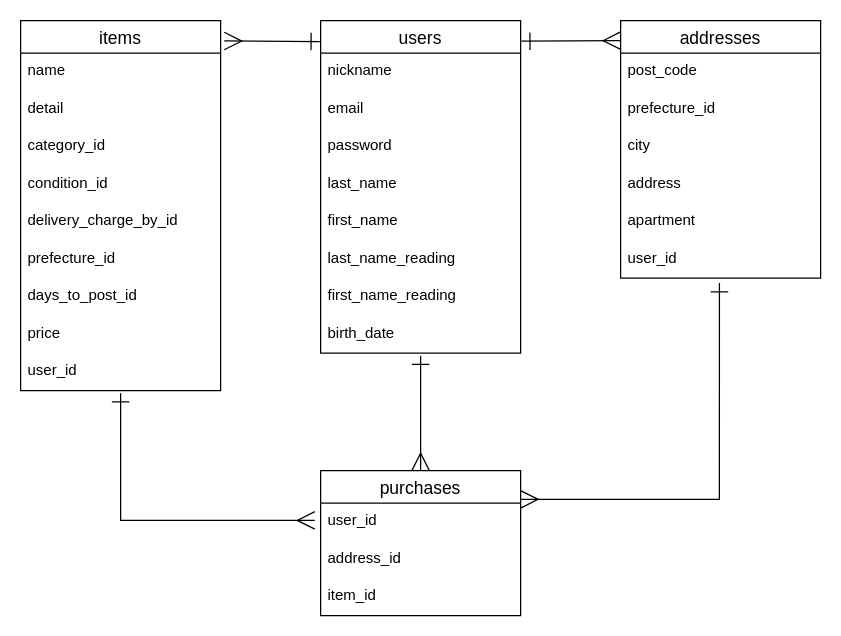
The draw.io diagram er.dio in 38752/furima-38752, before the edit. Source tidied: cells renumbered, new cells numbered last; positions are measured from the earlier drawing's top-left corner, leaving out a move shared by most shapes. Both pictures are drawn from the tidied source at 125%, with x=0, y=0 at pixel (20, 20).
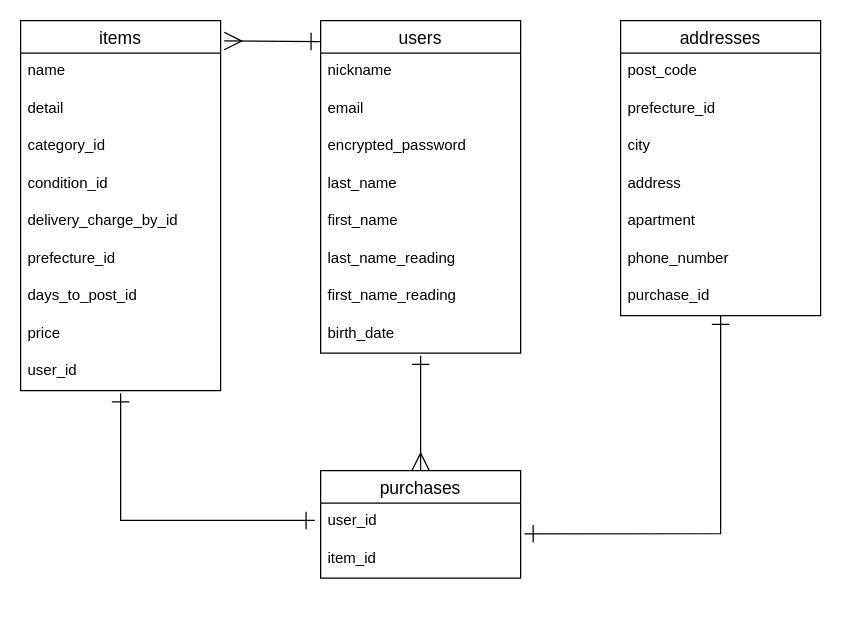
The same page after the edit.

The change refers to these unchanged cells:
```xml
<mxCell id="5" value="users" style="swimlane;fontStyle=0;horizontal=1;startSize=26;align=center;fontSize=14;" parent="1" vertex="1">
  <mxGeometry x="240" width="160" height="266" as="geometry" />
</mxCell>
<mxCell id="15" value="items" style="swimlane;fontStyle=0;horizontal=1;startSize=26;align=center;fontSize=14;" parent="1" vertex="1">
  <mxGeometry width="160" height="296" as="geometry" />
</mxCell>
<mxCell id="34" value="user_id" style="text;strokeColor=none;fillColor=none;spacingLeft=4;spacingRight=4;overflow=hidden;points=[[0,0.5],[1,0.5]];portConstraint=eastwest;fontSize=12;" parent="33" vertex="1">
  <mxGeometry y="26" width="160" height="30" as="geometry" />
</mxCell>
```

Diff of the diagram source:
```diff
@@
-    <mxCell id="8" value="password" style="text;strokeColor=none;fillColor=none;spacingLeft=4;spacingRight=4;overflow=hidden;fontSize=12;" parent="5" vertex="1">
+    <mxCell id="8" value="encrypted_password" style="text;strokeColor=none;fillColor=none;spacingLeft=4;spacingRight=4;overflow=hidden;fontSize=12;" parent="5" vertex="1">
       <mxGeometry y="86" width="160" height="30" as="geometry" />
     </mxCell>
@@
-    <mxCell id="14" style="edgeStyle=orthogonalEdgeStyle;rounded=0;html=1;startArrow=ERone;startFill=0;endArrow=ERmany;endFill=0;startSize=12;endSize=12;sourcePerimeterSpacing=2;targetPerimeterSpacing=2;strokeColor=default;entryX=-0.029;entryY=0.461;entryDx=0;entryDy=0;entryPerimeter=0;" parent="1" edge="1" source="15" target="34">
+    <mxCell id="14" style="edgeStyle=orthogonalEdgeStyle;rounded=0;html=1;startArrow=ERone;startFill=0;endArrow=ERone;endFill=0;startSize=12;endSize=12;sourcePerimeterSpacing=2;targetPerimeterSpacing=2;strokeColor=default;entryX=-0.029;entryY=0.461;entryDx=0;entryDy=0;entryPerimeter=0;" parent="1" edge="1" source="15" target="34">
       <mxGeometry relative="1" as="geometry" />
     </mxCell>
@@
-    <mxCell id="25" style="edgeStyle=orthogonalEdgeStyle;html=1;entryX=1;entryY=0.198;entryDx=0;entryDy=0;startArrow=ERone;startFill=0;endArrow=ERmany;endFill=0;startSize=12;endSize=12;sourcePerimeterSpacing=2;targetPerimeterSpacing=2;strokeColor=default;entryPerimeter=0;rounded=0;exitX=0.494;exitY=1.133;exitDx=0;exitDy=0;exitPerimeter=0;" parent="1" edge="1" source="32" target="33">
-      <mxGeometry relative="1" as="geometry">
-        <Array as="points">
-          <mxPoint x="559" y="383" />
-        </Array>
-      </mxGeometry>
-    </mxCell>
+    <mxCell id="38" style="html=1;entryX=1.019;entryY=0.818;entryDx=0;entryDy=0;entryPerimeter=0;rounded=0;startArrow=ERone;startFill=0;edgeStyle=orthogonalEdgeStyle;endArrow=ERone;endFill=0;endSize=12;startSize=12;" parent="1" edge="1" source="26" target="34">
+      <mxGeometry relative="1" as="geometry" />
+    </mxCell>
     <mxCell id="26" value="addresses" style="swimlane;fontStyle=0;horizontal=1;startSize=26;align=center;fontSize=14;" parent="1" vertex="1">
-      <mxGeometry x="480" width="160" height="206" as="geometry" />
+      <mxGeometry x="480" width="160" height="236" as="geometry" />
     </mxCell>
@@
+    <mxCell id="39" value="phone_number" style="text;strokeColor=none;fillColor=none;spacingLeft=4;spacingRight=4;overflow=hidden;fontSize=12;" parent="26" vertex="1">
+      <mxGeometry y="176" width="160" height="30" as="geometry" />
+    </mxCell>
-    <mxCell id="32" value="user_id" style="text;strokeColor=none;fillColor=none;spacingLeft=4;spacingRight=4;overflow=hidden;points=[[0,0.5],[1,0.5]];portConstraint=eastwest;fontSize=12;" parent="26" vertex="1">
-      <mxGeometry y="176" width="160" height="30" as="geometry" />
+    <mxCell id="32" value="purchase_id" style="text;strokeColor=none;fillColor=none;spacingLeft=4;spacingRight=4;overflow=hidden;points=[[0,0.5],[1,0.5]];portConstraint=eastwest;fontSize=12;" parent="26" vertex="1">
+      <mxGeometry y="206" width="160" height="30" as="geometry" />
     </mxCell>
     <mxCell id="33" value="purchases" style="swimlane;fontStyle=0;horizontal=1;startSize=26;align=center;fontSize=14;" parent="1" vertex="1">
-      <mxGeometry x="240" y="360" width="160" height="116" as="geometry" />
+      <mxGeometry x="240" y="360" width="160" height="86" as="geometry" />
     </mxCell>
@@
-    <mxCell id="35" value="address_id" style="text;strokeColor=none;fillColor=none;spacingLeft=4;spacingRight=4;overflow=hidden;fontSize=12;" parent="33" vertex="1">
-      <mxGeometry y="56" width="160" height="30" as="geometry" />
-    </mxCell>
     <mxCell id="36" value="item_id" style="text;strokeColor=none;fillColor=none;spacingLeft=4;spacingRight=4;overflow=hidden;fontSize=12;" parent="33" vertex="1">
-      <mxGeometry y="86" width="160" height="30" as="geometry" />
+      <mxGeometry y="56" width="160" height="30" as="geometry" />
     </mxCell>
-    <mxCell id="37" style="edgeStyle=none;curved=1;html=1;exitX=1.003;exitY=0.062;exitDx=0;exitDy=0;startArrow=ERone;startFill=0;endArrow=ERmany;endFill=0;endSize=12;strokeColor=default;startSize=12;targetPerimeterSpacing=2;sourcePerimeterSpacing=2;exitPerimeter=0;" parent="1" edge="1" source="5">
-      <mxGeometry relative="1" as="geometry">
-        <mxPoint x="480" y="16" as="targetPoint" />
-      </mxGeometry>
-    </mxCell>
```
